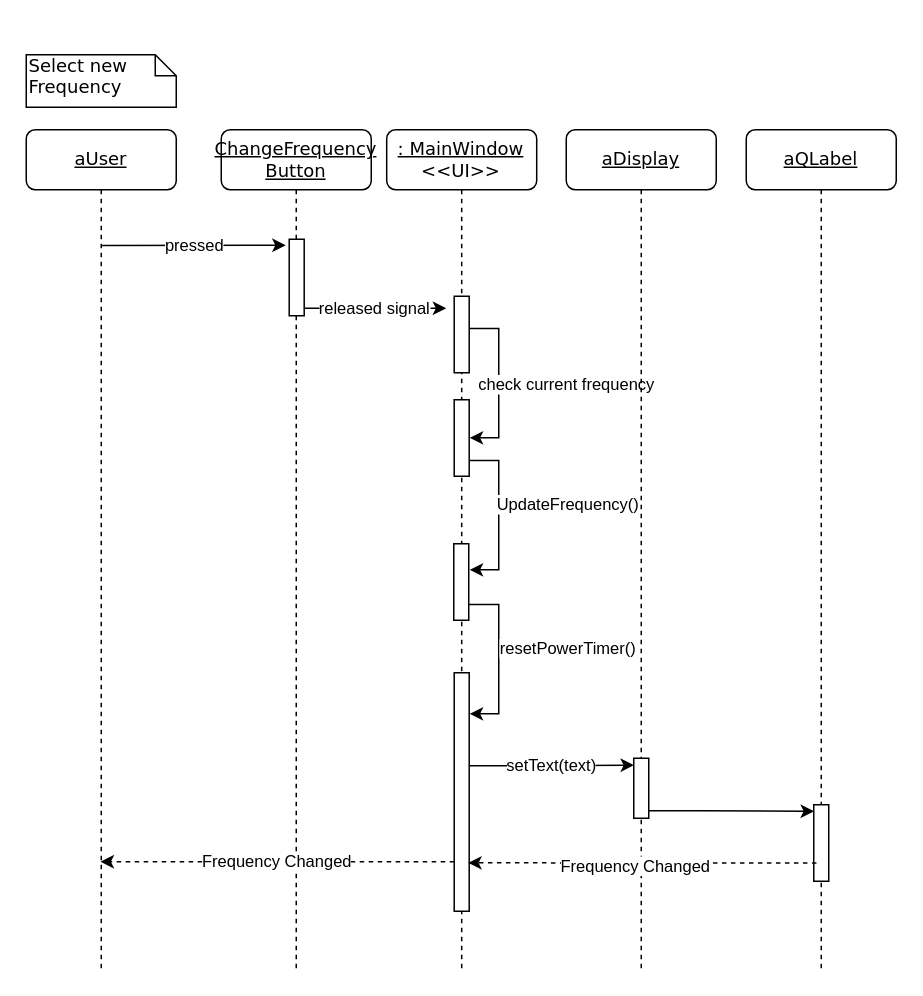
Hall-Andrew/CESDEVICE-3004FinalProject keeps this draw.io diagram as Documentation/Select Frequency.drawio. Above is the earlier version. Source tidied: cells renumbered, new cells numbered last; positions are measured from the earlier drawing's top-left corner, leaving out a move shared by most shapes. Both pictures are drawn from the tidied source at 150%, with x=0, y=0 at pixel (26, 54).
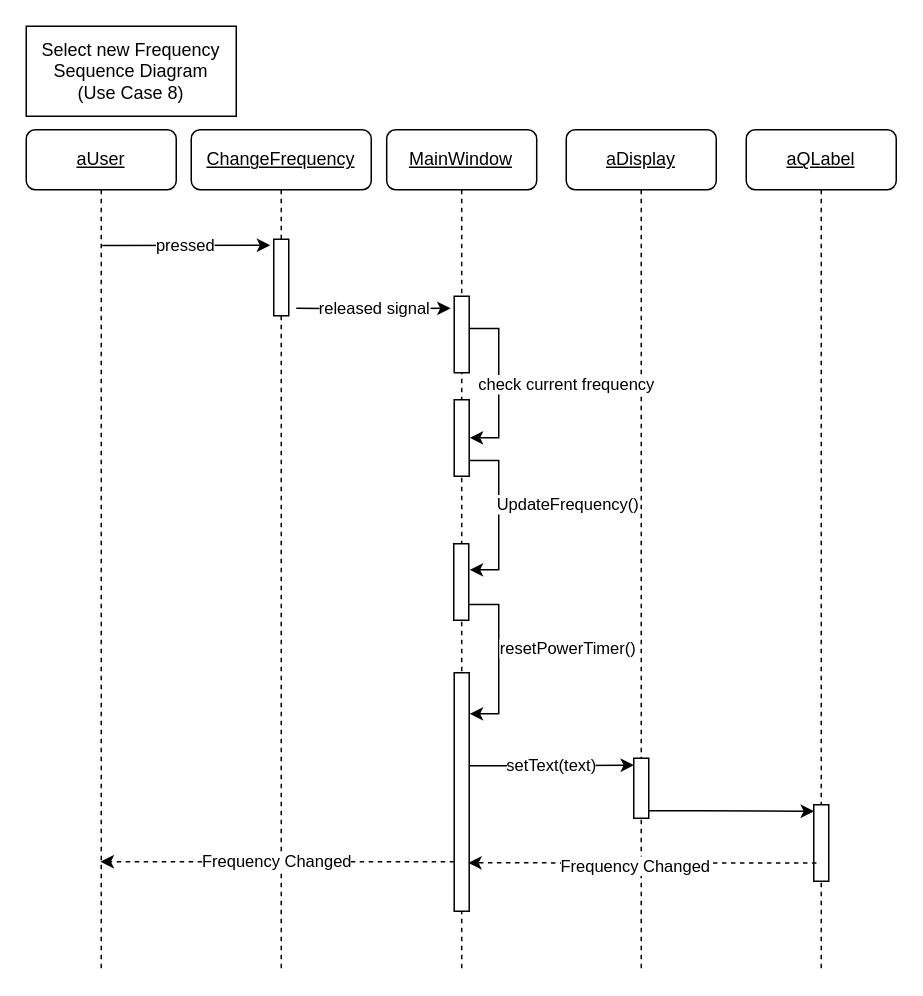
After the change.

The change refers to these unchanged cells:
```xml
<mxCell id="5" style="html=1;points=[];perimeter=orthogonalPerimeter;rounded=0;shadow=0;comic=0;labelBackgroundColor=none;strokeWidth=1;fontFamily=Verdana;fontSize=12;align=center;fillColor=#FFFFFF;" parent="2" vertex="1">
  <mxGeometry x="45" y="111" width="10" height="51" as="geometry" />
</mxCell>
```

The edit, as a diff of the source:
```diff
@@
+    <mxCell id="6" value="&lt;font face=&quot;Helvetica&quot;&gt;&lt;u&gt;aDisplay&lt;/u&gt;&lt;/font&gt;" style="shape=umlLifeline;perimeter=lifelinePerimeter;whiteSpace=wrap;html=1;rounded=1;shadow=0;comic=0;labelBackgroundColor=none;strokeWidth=1;fontFamily=Verdana;fontSize=12;align=center;" parent="1" vertex="1">
+      <mxGeometry x="360" y="50" width="100" height="560" as="geometry" />
+    </mxCell>
+    <mxCell id="7" style="html=1;points=[];perimeter=orthogonalPerimeter;rounded=0;shadow=0;comic=0;labelBackgroundColor=none;strokeWidth=1;fontFamily=Verdana;fontSize=12;align=center;fillColor=default;" parent="6" vertex="1">
+      <mxGeometry x="45" y="419" width="10" height="40" as="geometry" />
+    </mxCell>
-    <mxCell id="2" value="&lt;u&gt;: MainWindow&lt;/u&gt;&lt;br&gt;&amp;lt;&amp;lt;UI&amp;gt;&amp;gt;" style="shape=umlLifeline;perimeter=lifelinePerimeter;whiteSpace=wrap;html=1;rounded=1;shadow=0;comic=0;labelBackgroundColor=none;strokeWidth=1;fontFamily=Verdana;fontSize=12;align=center;" parent="1" vertex="1">
+    <mxCell id="2" value="&lt;font face=&quot;Helvetica&quot;&gt;&lt;u&gt;MainWindow&lt;/u&gt;&lt;/font&gt;" style="shape=umlLifeline;perimeter=lifelinePerimeter;whiteSpace=wrap;html=1;rounded=1;shadow=0;comic=0;labelBackgroundColor=none;strokeWidth=1;fontFamily=Verdana;fontSize=12;align=center;" parent="1" vertex="1">
       <mxGeometry x="240.3" y="50" width="100" height="560" as="geometry" />
     </mxCell>
@@
-    <mxCell id="6" value="&lt;u&gt;aDisplay&lt;/u&gt;" style="shape=umlLifeline;perimeter=lifelinePerimeter;whiteSpace=wrap;html=1;rounded=1;shadow=0;comic=0;labelBackgroundColor=none;strokeWidth=1;fontFamily=Verdana;fontSize=12;align=center;" parent="1" vertex="1">
-      <mxGeometry x="360" y="50" width="100" height="560" as="geometry" />
-    </mxCell>
-    <mxCell id="7" style="html=1;points=[];perimeter=orthogonalPerimeter;rounded=0;shadow=0;comic=0;labelBackgroundColor=none;strokeWidth=1;fontFamily=Verdana;fontSize=12;align=center;fillColor=default;" parent="6" vertex="1">
-      <mxGeometry x="45" y="419" width="10" height="40" as="geometry" />
-    </mxCell>
+    <mxCell id="12" value="released signal" style="edgeStyle=orthogonalEdgeStyle;rounded=0;jettySize=auto;html=1;entryX=-0.233;entryY=0.157;entryDx=0;entryDy=0;entryPerimeter=0;" parent="2" edge="1" target="5">
+      <mxGeometry relative="1" as="geometry">
+        <mxPoint x="-60.3" y="119" as="sourcePoint" />
+      </mxGeometry>
+    </mxCell>
-    <mxCell id="8" value="&lt;u&gt;aUser&lt;/u&gt;" style="shape=umlLifeline;perimeter=lifelinePerimeter;whiteSpace=wrap;html=1;rounded=1;shadow=0;comic=0;labelBackgroundColor=none;strokeWidth=1;fontFamily=Verdana;fontSize=12;align=center;" parent="1" vertex="1">
+    <mxCell id="8" value="&lt;font face=&quot;Helvetica&quot;&gt;&lt;u&gt;aUser&lt;/u&gt;&lt;/font&gt;" style="shape=umlLifeline;perimeter=lifelinePerimeter;whiteSpace=wrap;html=1;rounded=1;shadow=0;comic=0;labelBackgroundColor=none;strokeWidth=1;fontFamily=Verdana;fontSize=12;align=center;" parent="1" vertex="1">
       <mxGeometry y="50" width="100" height="560" as="geometry" />
     </mxCell>
-    <mxCell id="9" value="Select new Frequency" style="shape=note;whiteSpace=wrap;html=1;size=14;verticalAlign=top;align=left;spacingTop=-6;rounded=0;shadow=0;comic=0;labelBackgroundColor=none;strokeWidth=1;fontFamily=Verdana;fontSize=12;fillColor=default;strokeColor=default;fontColor=default;" parent="1" vertex="1">
-      <mxGeometry width="100" height="35" as="geometry" />
-    </mxCell>
-    <mxCell id="10" value="&lt;u&gt;ChangeFrequency&lt;br&gt;Button&lt;/u&gt;" style="shape=umlLifeline;perimeter=lifelinePerimeter;whiteSpace=wrap;html=1;rounded=1;shadow=0;comic=0;labelBackgroundColor=none;strokeWidth=1;fontFamily=Verdana;fontSize=12;align=center;" parent="1" vertex="1">
-      <mxGeometry x="130" y="50" width="100" height="560" as="geometry" />
+    <mxCell id="10" value="&lt;font face=&quot;Helvetica&quot;&gt;&lt;u&gt;ChangeFrequency&lt;br&gt;&lt;/u&gt;&lt;/font&gt;" style="shape=umlLifeline;perimeter=lifelinePerimeter;whiteSpace=wrap;html=1;rounded=1;shadow=0;comic=0;labelBackgroundColor=none;strokeWidth=1;fontFamily=Verdana;fontSize=12;align=center;" parent="1" vertex="1">
+      <mxGeometry x="110" y="50" width="120" height="560" as="geometry" />
     </mxCell>
     <mxCell id="11" style="html=1;points=[];perimeter=orthogonalPerimeter;rounded=0;shadow=0;comic=0;labelBackgroundColor=none;strokeWidth=1;fontFamily=Verdana;fontSize=12;align=center;fillColor=#FFFFFF;" parent="10" vertex="1">
-      <mxGeometry x="45.3" y="73" width="10" height="51" as="geometry" />
+      <mxGeometry x="55" y="73" width="10" height="51" as="geometry" />
     </mxCell>
-    <mxCell id="12" value="released signal" style="edgeStyle=orthogonalEdgeStyle;rounded=0;orthogonalLoop=1;jettySize=auto;html=1;" parent="10" edge="1">
-      <mxGeometry relative="1" as="geometry">
-        <mxPoint x="55.3" y="119" as="sourcePoint" />
-        <mxPoint x="150" y="119" as="targetPoint" />
-        <Array as="points">
-          <mxPoint x="80.3" y="119" />
-          <mxPoint x="80.3" y="119" />
-        </Array>
-      </mxGeometry>
-    </mxCell>
@@
-    <mxCell id="18" value="&lt;u&gt;aQLabel&lt;/u&gt;" style="shape=umlLifeline;perimeter=lifelinePerimeter;whiteSpace=wrap;html=1;rounded=1;shadow=0;comic=0;labelBackgroundColor=none;strokeWidth=1;fontFamily=Verdana;fontSize=12;align=center;" parent="1" vertex="1">
+    <mxCell id="18" value="&lt;font face=&quot;Helvetica&quot;&gt;&lt;u&gt;aQLabel&lt;/u&gt;&lt;/font&gt;" style="shape=umlLifeline;perimeter=lifelinePerimeter;whiteSpace=wrap;html=1;rounded=1;shadow=0;comic=0;labelBackgroundColor=none;strokeWidth=1;fontFamily=Verdana;fontSize=12;align=center;" parent="1" vertex="1">
       <mxGeometry x="480" y="50" width="100" height="560" as="geometry" />
     </mxCell>
@@
+    <mxCell id="25" value="Select new Frequency Sequence Diagram&lt;div&gt;(Use Case 8)&lt;br&gt;&lt;/div&gt;" style="rounded=0;whiteSpace=wrap;html=1;fontFamily=Helvetica;" parent="1" vertex="1">
+      <mxGeometry y="-19" width="140" height="60" as="geometry" />
+    </mxCell>
```
